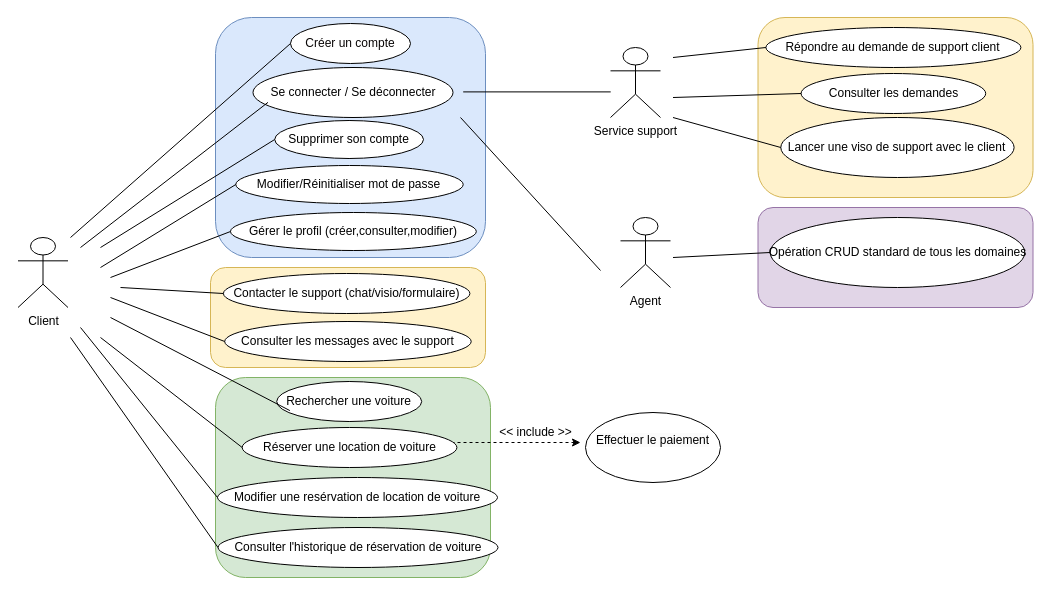
Earlier version of the draw.io diagram diagram/diagramme-utilisation.drawio (axelker/your-car-your-way-oc-13). Source tidied: cells renumbered, new cells numbered last; positions are measured from the earlier drawing's top-left corner, leaving out a move shared by most shapes. Both pictures are drawn from the tidied source at 100%, with x=0, y=0 at pixel (18, 17).
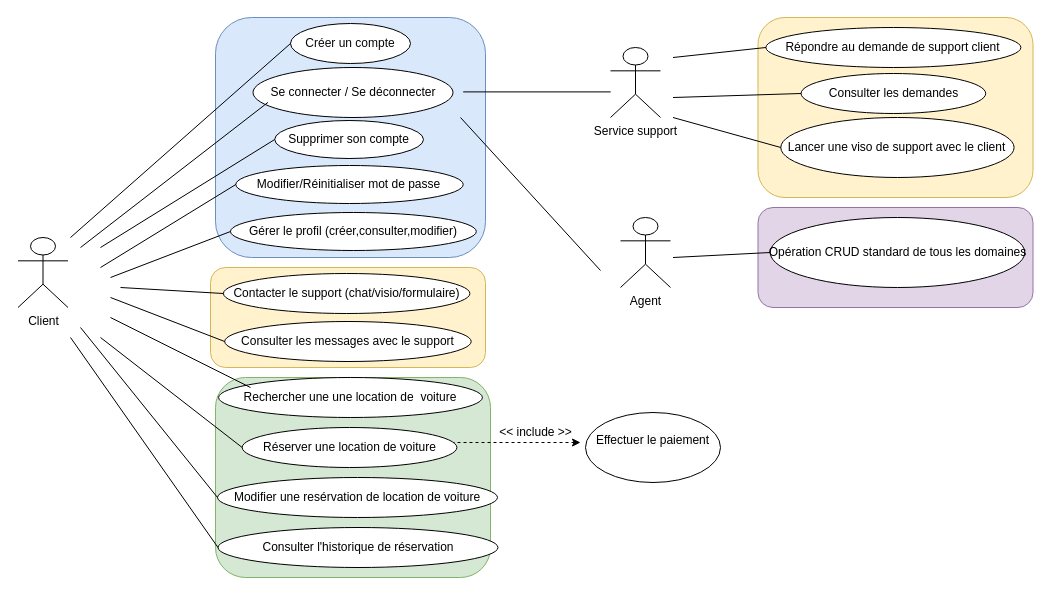
The same diagram, later.

Commit message:
feat: update usage diagram

What changed in the source:
```diff
@@
-    <mxCell id="16" value="&lt;span style=&quot;color: rgb(0, 0, 0); text-wrap-mode: nowrap;&quot;&gt;Rechercher une voiture&lt;/span&gt;" style="ellipse;whiteSpace=wrap;html=1;" parent="1" vertex="1">
-      <mxGeometry x="258.2" y="364" width="145" height="40" as="geometry" />
+    <mxCell id="16" value="&lt;span style=&quot;color: rgb(0, 0, 0); text-wrap-mode: nowrap;&quot;&gt;Rechercher une une location de&amp;nbsp; voiture&lt;/span&gt;" style="ellipse;whiteSpace=wrap;html=1;" parent="1" vertex="1">
+      <mxGeometry x="200.1" y="360" width="263.8" height="40" as="geometry" />
     </mxCell>
@@
-    <mxCell id="19" value="&lt;span style=&quot;color: rgb(0, 0, 0); text-wrap-mode: nowrap;&quot;&gt;Consulter l'historique de réservation de voiture&lt;/span&gt;" style="ellipse;whiteSpace=wrap;html=1;" parent="1" vertex="1">
+    <mxCell id="19" value="&lt;span style=&quot;color: rgb(0, 0, 0); text-wrap-mode: nowrap;&quot;&gt;Consulter l'historique de réservation&lt;/span&gt;" style="ellipse;whiteSpace=wrap;html=1;" parent="1" vertex="1">
       <mxGeometry x="199.5" y="510" width="280" height="40" as="geometry" />
     </mxCell>
@@
-    <mxCell id="32" style="endArrow=none;html=1;entryX=0.091;entryY=0.727;entryDx=0;entryDy=0;entryPerimeter=0;" parent="1" edge="1" target="16">
+    <mxCell id="32" style="endArrow=none;html=1;" parent="1" edge="1">
       <mxGeometry relative="1" as="geometry">
         <mxPoint x="92" y="300" as="sourcePoint" />
+        <mxPoint x="232" y="370" as="targetPoint" />
       </mxGeometry>
     </mxCell>
```
